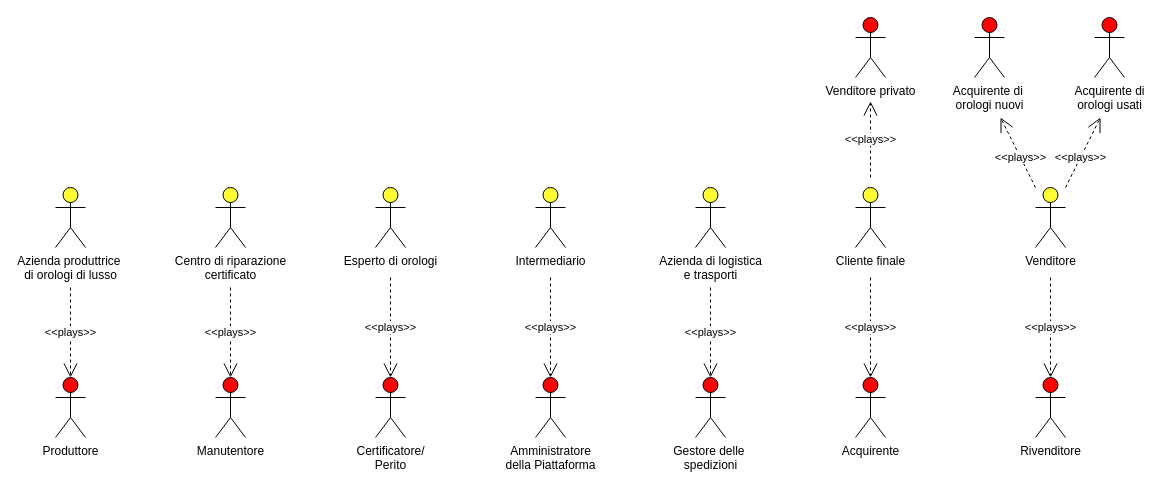
Earlier version of the draw.io diagram Diagrammi/Capitolo3/RoleDiagram.drawio (Vittorio92/ProgettoSistemiInformativi). Source tidied: cells renumbered, new cells numbered last; positions are measured from the earlier drawing's top-left corner, leaving out a move shared by most shapes. Both pictures are drawn from the tidied source at 100%, with x=0, y=0 at pixel (55, 17).
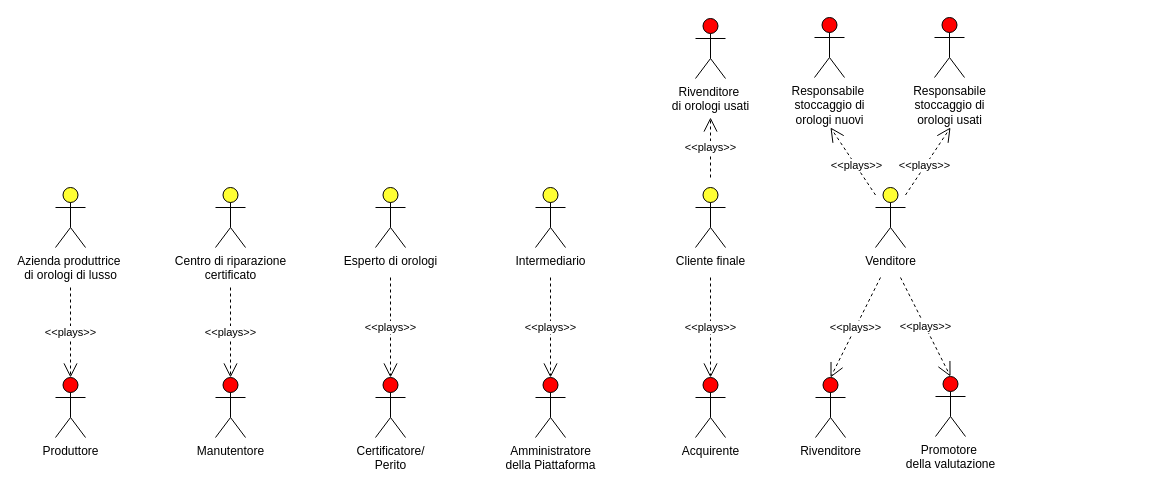
The same diagram, later.

What changed in the source:
```diff
@@
-    <mxCell id="14" value="Azienda di logistica&lt;div&gt;e trasporti&lt;/div&gt;" style="shape=umlActor;verticalLabelPosition=bottom;verticalAlign=top;html=1;fillColor=#FFFF33;" parent="1" vertex="1">
-      <mxGeometry x="640" y="170" width="30" height="60" as="geometry" />
-    </mxCell>
-    <mxCell id="15" value="Gestore delle&amp;nbsp;&lt;div&gt;spedizioni&lt;/div&gt;" style="shape=umlActor;verticalLabelPosition=bottom;verticalAlign=top;html=1;fillColor=#FF0000;" parent="1" vertex="1">
-      <mxGeometry x="640" y="360" width="30" height="60" as="geometry" />
-    </mxCell>
-    <mxCell id="16" value="&amp;lt;&amp;lt;plays&amp;gt;&amp;gt;" style="endArrow=open;endSize=12;dashed=1;html=1;rounded=0;entryX=0.5;entryY=0;entryDx=0;entryDy=0;entryPerimeter=0;" parent="1" edge="1" target="15">
-      <mxGeometry relative="1" as="geometry">
-        <mxPoint x="655" y="270" as="sourcePoint" />
-      </mxGeometry>
-    </mxCell>
     <mxCell id="17" value="Cliente finale" style="shape=umlActor;verticalLabelPosition=bottom;verticalAlign=top;html=1;fillColor=#FFFF33;" parent="1" vertex="1">
-      <mxGeometry x="800" y="170" width="30" height="60" as="geometry" />
+      <mxGeometry x="640" y="170" width="30" height="60" as="geometry" />
     </mxCell>
     <mxCell id="18" value="Acquirente" style="shape=umlActor;verticalLabelPosition=bottom;verticalAlign=top;html=1;fillColor=#FF0000;" parent="1" vertex="1">
-      <mxGeometry x="800" y="360" width="30" height="60" as="geometry" />
+      <mxGeometry x="640" y="360" width="30" height="60" as="geometry" />
     </mxCell>
     <mxCell id="19" value="&amp;lt;&amp;lt;plays&amp;gt;&amp;gt;" style="endArrow=open;endSize=12;dashed=1;html=1;rounded=0;entryX=0.5;entryY=0;entryDx=0;entryDy=0;entryPerimeter=0;" parent="1" edge="1" target="18">
       <mxGeometry relative="1" as="geometry">
-        <mxPoint x="815" y="260" as="sourcePoint" />
+        <mxPoint x="655" y="260" as="sourcePoint" />
       </mxGeometry>
     </mxCell>
-    <mxCell id="20" value="Venditore privato" style="shape=umlActor;verticalLabelPosition=bottom;verticalAlign=top;html=1;fillColor=#FF0000;" parent="1" vertex="1">
-      <mxGeometry x="800" width="30" height="60" as="geometry" />
+    <mxCell id="20" value="Rivenditore&amp;nbsp;&lt;div&gt;di orologi usati&lt;/div&gt;" style="shape=umlActor;verticalLabelPosition=bottom;verticalAlign=top;html=1;fillColor=#FF0000;" parent="1" vertex="1">
+      <mxGeometry x="640" y="1" width="30" height="60" as="geometry" />
     </mxCell>
     <mxCell id="21" value="&amp;lt;&amp;lt;plays&amp;gt;&amp;gt;" style="endArrow=open;endSize=12;dashed=1;html=1;rounded=0;" parent="1" edge="1">
       <mxGeometry relative="1" as="geometry">
-        <mxPoint x="815" y="160" as="sourcePoint" />
-        <mxPoint x="815" y="84" as="targetPoint" />
+        <mxPoint x="655" y="160" as="sourcePoint" />
+        <mxPoint x="655" y="100" as="targetPoint" />
       </mxGeometry>
     </mxCell>
     <mxCell id="22" value="Venditore" style="shape=umlActor;verticalLabelPosition=bottom;verticalAlign=top;html=1;fillColor=#FFFF33;" parent="1" vertex="1">
-      <mxGeometry x="980" y="170" width="30" height="60" as="geometry" />
+      <mxGeometry x="820" y="170" width="30" height="60" as="geometry" />
     </mxCell>
     <mxCell id="23" value="Rivenditore" style="shape=umlActor;verticalLabelPosition=bottom;verticalAlign=top;html=1;fillColor=#FF0000;" parent="1" vertex="1">
-      <mxGeometry x="980" y="360" width="30" height="60" as="geometry" />
+      <mxGeometry x="760" y="360" width="30" height="60" as="geometry" />
     </mxCell>
     <mxCell id="24" value="&amp;lt;&amp;lt;plays&amp;gt;&amp;gt;" style="endArrow=open;endSize=12;dashed=1;html=1;rounded=0;entryX=0.5;entryY=0;entryDx=0;entryDy=0;entryPerimeter=0;" parent="1" edge="1" target="23">
       <mxGeometry relative="1" as="geometry">
-        <mxPoint x="995" y="260" as="sourcePoint" />
+        <mxPoint x="825" y="260" as="sourcePoint" />
       </mxGeometry>
     </mxCell>
-    <mxCell id="25" value="Acquirente di&amp;nbsp;&lt;div&gt;orologi nuovi&lt;/div&gt;" style="shape=umlActor;verticalLabelPosition=bottom;verticalAlign=top;html=1;fillColor=#FF0000;" parent="1" vertex="1">
-      <mxGeometry x="919" width="30" height="60" as="geometry" />
+    <mxCell id="25" value="Responsabile&amp;nbsp;&lt;div&gt;stoccaggio di&lt;/div&gt;&lt;div&gt;orologi nuovi&lt;/div&gt;" style="shape=umlActor;verticalLabelPosition=bottom;verticalAlign=top;html=1;fillColor=#FF0000;" parent="1" vertex="1">
+      <mxGeometry x="759" width="30" height="60" as="geometry" />
     </mxCell>
     <mxCell id="26" value="&amp;lt;&amp;lt;plays&amp;gt;&amp;gt;" style="endArrow=open;endSize=12;dashed=1;html=1;rounded=0;" parent="1" edge="1" source="22">
       <mxGeometry x="-0.14" relative="1" as="geometry">
-        <mxPoint x="945" y="100" as="targetPoint" />
+        <mxPoint x="775" y="110" as="targetPoint" />
       </mxGeometry>
     </mxCell>
-    <mxCell id="27" value="Acquirente di&lt;div&gt;orologi usati&lt;/div&gt;" style="shape=umlActor;verticalLabelPosition=bottom;verticalAlign=top;html=1;fillColor=#FF0000;" parent="1" vertex="1">
-      <mxGeometry x="1039" width="30" height="60" as="geometry" />
+    <mxCell id="27" value="Responsabile&lt;div&gt;stoccaggio di&lt;/div&gt;&lt;div&gt;orologi usati&lt;/div&gt;" style="shape=umlActor;verticalLabelPosition=bottom;verticalAlign=top;html=1;fillColor=#FF0000;" parent="1" vertex="1">
+      <mxGeometry x="879" width="30" height="60" as="geometry" />
     </mxCell>
     <mxCell id="28" value="&amp;lt;&amp;lt;plays&amp;gt;&amp;gt;" style="endArrow=open;endSize=12;dashed=1;html=1;rounded=0;" parent="1" edge="1" source="22">
       <mxGeometry x="-0.14" relative="1" as="geometry">
-        <mxPoint x="1045" y="100" as="targetPoint" />
+        <mxPoint x="895" y="110" as="targetPoint" />
       </mxGeometry>
     </mxCell>
+    <mxCell id="29" value="Promotore&amp;nbsp;&lt;div&gt;della valutazione&lt;/div&gt;" style="shape=umlActor;verticalLabelPosition=bottom;verticalAlign=top;html=1;fillColor=#FF0000;" parent="1" vertex="1">
+      <mxGeometry x="880" y="359" width="30" height="60" as="geometry" />
+    </mxCell>
+    <mxCell id="16" value="&amp;lt;&amp;lt;plays&amp;gt;&amp;gt;" style="endArrow=open;endSize=12;dashed=1;html=1;rounded=0;entryX=0.5;entryY=0;entryDx=0;entryDy=0;entryPerimeter=0;" parent="1" edge="1" target="29">
+      <mxGeometry relative="1" as="geometry">
+        <mxPoint x="845" y="260" as="sourcePoint" />
+      </mxGeometry>
+    </mxCell>
```
